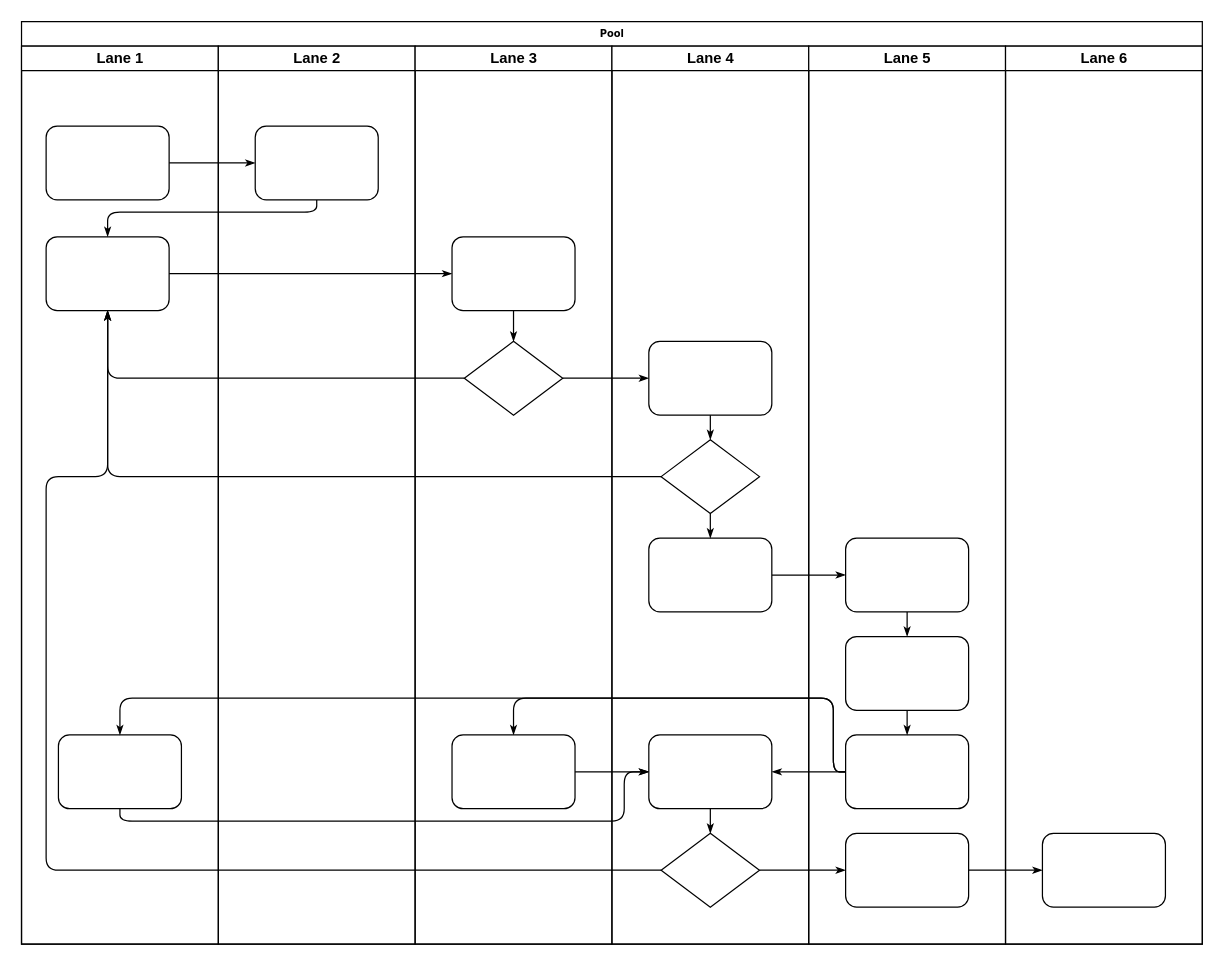
This is Untitled Diagram.drawio from TrevorNodeJS/HelloWorld, a draw.io file, before an edit. Source tidied: cells renumbered, new cells numbered last; positions are measured from the earlier drawing's top-left corner, leaving out a move shared by most shapes. Both pictures are drawn from the tidied source at 123%, with x=0, y=0 at pixel (21, 21).
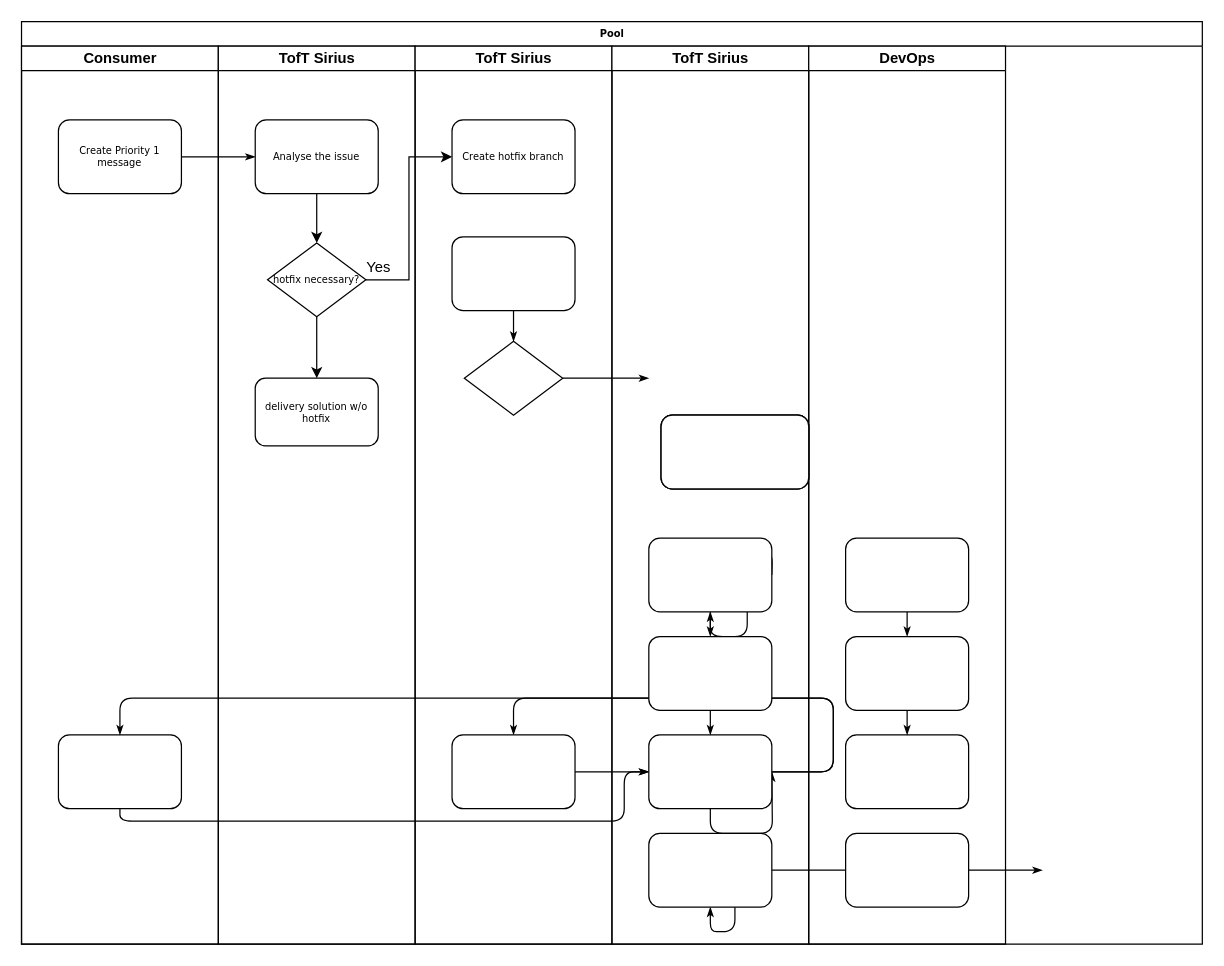
Above is the later version.

Unchanged cells that the change refers to:
```xml
<mxCell id="2" value="Pool" style="swimlane;html=1;startSize=20;rounded=0;shadow=0;labelBackgroundColor=none;strokeWidth=1;fontFamily=Verdana;fontSize=8;align=center;" parent="1" vertex="1">
  <mxGeometry width="960" height="750" as="geometry" />
</mxCell>
<mxCell id="6" style="rounded=1;whiteSpace=wrap;html=1;shadow=0;labelBackgroundColor=none;strokeWidth=1;fontFamily=Verdana;fontSize=8;align=center;" parent="3" vertex="1">
  <mxGeometry x="30" y="560" width="100" height="60" as="geometry" />
</mxCell>
<mxCell id="25" style="rounded=1;whiteSpace=wrap;html=1;shadow=0;labelBackgroundColor=none;strokeWidth=1;fontFamily=Verdana;fontSize=8;align=center;" parent="24" vertex="1">
  <mxGeometry x="30" y="155" width="100" height="60" as="geometry" />
</mxCell>
<mxCell id="26" style="rhombus;whiteSpace=wrap;html=1;rounded=0;shadow=0;labelBackgroundColor=none;strokeWidth=1;fontFamily=Verdana;fontSize=8;align=center;" parent="24" vertex="1">
  <mxGeometry x="40" y="240" width="80" height="60" as="geometry" />
</mxCell>
<mxCell id="27" style="rounded=1;whiteSpace=wrap;html=1;shadow=0;labelBackgroundColor=none;strokeWidth=1;fontFamily=Verdana;fontSize=8;align=center;" parent="24" vertex="1">
  <mxGeometry x="30" y="560" width="100" height="60" as="geometry" />
</mxCell>
<mxCell id="39" style="rounded=1;whiteSpace=wrap;html=1;shadow=0;labelBackgroundColor=none;strokeWidth=1;fontFamily=Verdana;fontSize=8;align=center;" parent="38" vertex="1">
  <mxGeometry x="30" y="400" width="100" height="60" as="geometry" />
</mxCell>
<mxCell id="41" style="rounded=1;whiteSpace=wrap;html=1;shadow=0;labelBackgroundColor=none;strokeWidth=1;fontFamily=Verdana;fontSize=8;align=center;" parent="38" vertex="1">
  <mxGeometry x="30" y="560" width="100" height="60" as="geometry" />
</mxCell>
<mxCell id="42" style="rounded=1;whiteSpace=wrap;html=1;shadow=0;labelBackgroundColor=none;strokeWidth=1;fontFamily=Verdana;fontSize=8;align=center;" parent="38" vertex="1">
  <mxGeometry x="30" y="640" width="100" height="60" as="geometry" />
</mxCell>
```

Change to the diagram source:
```diff
@@
-    <mxCell id="3" value="Lane 1" style="swimlane;html=1;startSize=20;" parent="2" vertex="1">
+    <mxCell id="3" value="Consumer" style="swimlane;html=1;startSize=20;" parent="2" vertex="1">
       <mxGeometry y="20" width="160" height="730" as="geometry" />
     </mxCell>
-    <mxCell id="4" style="rounded=1;whiteSpace=wrap;html=1;shadow=0;labelBackgroundColor=none;strokeWidth=1;fontFamily=Verdana;fontSize=8;align=center;" parent="3" vertex="1">
-      <mxGeometry x="20" y="65" width="100" height="60" as="geometry" />
+    <mxCell id="4" value="Create Priority 1 message" style="rounded=1;whiteSpace=wrap;html=1;shadow=0;labelBackgroundColor=none;strokeWidth=1;fontFamily=Verdana;fontSize=8;align=center;" parent="3" vertex="1">
+      <mxGeometry x="30" y="60" width="100" height="60" as="geometry" />
     </mxCell>
-    <mxCell id="5" style="rounded=1;whiteSpace=wrap;html=1;shadow=0;labelBackgroundColor=none;strokeWidth=1;fontFamily=Verdana;fontSize=8;align=center;" parent="3" vertex="1">
-      <mxGeometry x="20" y="155" width="100" height="60" as="geometry" />
-    </mxCell>
@@
-    <mxCell id="7" style="edgeStyle=orthogonalEdgeStyle;rounded=1;html=1;labelBackgroundColor=none;startArrow=none;startFill=0;startSize=5;endArrow=classicThin;endFill=1;endSize=5;jettySize=auto;strokeWidth=1;fontFamily=Verdana;fontSize=8;" parent="2" edge="1" source="4" target="23">
+    <mxCell id="7" style="edgeStyle=orthogonalEdgeStyle;rounded=1;html=1;labelBackgroundColor=none;startArrow=none;startFill=0;startSize=5;endArrow=classicThin;endFill=1;endSize=5;jettySize=auto;strokeWidth=1;fontFamily=Verdana;fontSize=8;entryX=0;entryY=0.5;entryDx=0;entryDy=0;" parent="2" edge="1" source="4" target="48">
       <mxGeometry relative="1" as="geometry" />
     </mxCell>
-    <mxCell id="8" style="edgeStyle=orthogonalEdgeStyle;rounded=1;html=1;labelBackgroundColor=none;startArrow=none;startFill=0;startSize=5;endArrow=classicThin;endFill=1;endSize=5;jettySize=auto;strokeWidth=1;fontFamily=Verdana;fontSize=8;" parent="2" edge="1" source="23" target="5">
-      <mxGeometry relative="1" as="geometry">
-        <Array as="points">
-          <mxPoint x="240" y="155" />
-          <mxPoint x="70" y="155" />
-        </Array>
-      </mxGeometry>
-    </mxCell>
-    <mxCell id="9" style="edgeStyle=orthogonalEdgeStyle;rounded=1;html=1;labelBackgroundColor=none;startArrow=none;startFill=0;startSize=5;endArrow=classicThin;endFill=1;endSize=5;jettySize=auto;strokeWidth=1;fontFamily=Verdana;fontSize=8;" parent="2" edge="1" source="5" target="25">
-      <mxGeometry relative="1" as="geometry" />
-    </mxCell>
-    <mxCell id="10" style="edgeStyle=orthogonalEdgeStyle;rounded=1;html=1;labelBackgroundColor=none;startArrow=none;startFill=0;startSize=5;endArrow=classicThin;endFill=1;endSize=5;jettySize=auto;strokeWidth=1;fontFamily=Verdana;fontSize=8;" parent="2" edge="1" source="26" target="5">
-      <mxGeometry relative="1" as="geometry" />
-    </mxCell>
-    <mxCell id="11" style="edgeStyle=orthogonalEdgeStyle;rounded=1;html=1;labelBackgroundColor=none;startArrow=none;startFill=0;startSize=5;endArrow=classicThin;endFill=1;endSize=5;jettySize=auto;strokeWidth=1;fontFamily=Verdana;fontSize=8;" parent="2" edge="1" source="31" target="5">
-      <mxGeometry relative="1" as="geometry" />
-    </mxCell>
-    <mxCell id="12" style="edgeStyle=orthogonalEdgeStyle;rounded=1;html=1;labelBackgroundColor=none;startArrow=none;startFill=0;startSize=5;endArrow=classicThin;endFill=1;endSize=5;jettySize=auto;strokeWidth=1;fontFamily=Verdana;fontSize=8;" parent="2" edge="1" source="34" target="5">
-      <mxGeometry relative="1" as="geometry">
-        <Array as="points">
-          <mxPoint x="20" y="690" />
-          <mxPoint x="20" y="370" />
-          <mxPoint x="70" y="370" />
-        </Array>
-      </mxGeometry>
-    </mxCell>
-    <mxCell id="13" style="edgeStyle=orthogonalEdgeStyle;rounded=1;html=1;labelBackgroundColor=none;startArrow=none;startFill=0;startSize=5;endArrow=classicThin;endFill=1;endSize=5;jettySize=auto;strokeWidth=1;fontFamily=Verdana;fontSize=8;" parent="2" edge="1" source="26" target="30">
-      <mxGeometry relative="1" as="geometry" />
+    <mxCell id="13" style="edgeStyle=orthogonalEdgeStyle;rounded=1;html=1;labelBackgroundColor=none;startArrow=none;startFill=0;startSize=5;endArrow=classicThin;endFill=1;endSize=5;jettySize=auto;strokeWidth=1;fontFamily=Verdana;fontSize=8;" parent="2" edge="1" source="26">
+      <mxGeometry relative="1" as="geometry">
+        <mxPoint x="510" y="290" as="targetPoint" />
+      </mxGeometry>
     </mxCell>
-    <mxCell id="14" style="edgeStyle=orthogonalEdgeStyle;rounded=1;html=1;labelBackgroundColor=none;startArrow=none;startFill=0;startSize=5;endArrow=classicThin;endFill=1;endSize=5;jettySize=auto;strokeWidth=1;fontFamily=Verdana;fontSize=8;" parent="2" edge="1" source="34" target="42">
-      <mxGeometry relative="1" as="geometry" />
+    <mxCell id="14" style="edgeStyle=orthogonalEdgeStyle;rounded=1;html=1;labelBackgroundColor=none;startArrow=none;startFill=0;startSize=5;endArrow=classicThin;endFill=1;endSize=5;jettySize=auto;strokeWidth=1;fontFamily=Verdana;fontSize=8;" parent="2" edge="1" target="42">
+      <mxGeometry relative="1" as="geometry">
+        <mxPoint x="600" y="690" as="sourcePoint" />
+      </mxGeometry>
     </mxCell>
-    <mxCell id="15" style="edgeStyle=orthogonalEdgeStyle;rounded=1;html=1;labelBackgroundColor=none;startArrow=none;startFill=0;startSize=5;endArrow=classicThin;endFill=1;endSize=5;jettySize=auto;strokeWidth=1;fontFamily=Verdana;fontSize=8;" parent="2" edge="1" source="42" target="46">
-      <mxGeometry relative="1" as="geometry" />
+    <mxCell id="15" style="edgeStyle=orthogonalEdgeStyle;rounded=1;html=1;labelBackgroundColor=none;startArrow=none;startFill=0;startSize=5;endArrow=classicThin;endFill=1;endSize=5;jettySize=auto;strokeWidth=1;fontFamily=Verdana;fontSize=8;" parent="2" edge="1" source="42">
+      <mxGeometry relative="1" as="geometry">
+        <mxPoint x="830" y="690" as="targetPoint" />
+      </mxGeometry>
     </mxCell>
-    <mxCell id="16" style="edgeStyle=orthogonalEdgeStyle;rounded=1;html=1;labelBackgroundColor=none;startArrow=none;startFill=0;startSize=5;endArrow=classicThin;endFill=1;endSize=5;jettySize=auto;strokeWidth=1;fontFamily=Verdana;fontSize=8;" parent="2" edge="1" source="32" target="39">
-      <mxGeometry relative="1" as="geometry" />
+    <mxCell id="16" style="edgeStyle=orthogonalEdgeStyle;rounded=1;html=1;labelBackgroundColor=none;startArrow=none;startFill=0;startSize=5;endArrow=classicThin;endFill=1;endSize=5;jettySize=auto;strokeWidth=1;fontFamily=Verdana;fontSize=8;" parent="2" edge="1" target="39">
+      <mxGeometry relative="1" as="geometry">
+        <mxPoint x="610" y="450" as="sourcePoint" />
+      </mxGeometry>
     </mxCell>
@@
-    <mxCell id="18" style="edgeStyle=orthogonalEdgeStyle;rounded=1;html=1;labelBackgroundColor=none;startArrow=none;startFill=0;startSize=5;endArrow=classicThin;endFill=1;endSize=5;jettySize=auto;strokeColor=#000000;strokeWidth=1;fontFamily=Verdana;fontSize=8;fontColor=#000000;" parent="2" edge="1" source="41" target="33">
-      <mxGeometry relative="1" as="geometry" />
+    <mxCell id="18" style="edgeStyle=orthogonalEdgeStyle;rounded=1;html=1;labelBackgroundColor=none;startArrow=none;startFill=0;startSize=5;endArrow=classicThin;endFill=1;endSize=5;jettySize=auto;strokeColor=#000000;strokeWidth=1;fontFamily=Verdana;fontSize=8;fontColor=#000000;" parent="2" edge="1" source="41">
+      <mxGeometry relative="1" as="geometry">
+        <mxPoint x="610" y="610" as="targetPoint" />
+      </mxGeometry>
     </mxCell>
@@
-    <mxCell id="20" style="edgeStyle=orthogonalEdgeStyle;rounded=1;html=1;labelBackgroundColor=none;startArrow=none;startFill=0;startSize=5;endArrow=classicThin;endFill=1;endSize=5;jettySize=auto;strokeWidth=1;fontFamily=Verdana;fontSize=8;" parent="2" edge="1" source="6" target="33">
+    <mxCell id="20" style="edgeStyle=orthogonalEdgeStyle;rounded=1;html=1;labelBackgroundColor=none;startArrow=none;startFill=0;startSize=5;endArrow=classicThin;endFill=1;endSize=5;jettySize=auto;strokeWidth=1;fontFamily=Verdana;fontSize=8;" parent="2" edge="1" source="6">
       <mxGeometry relative="1" as="geometry">
+        <mxPoint x="510" y="610" as="targetPoint" />
         <Array as="points">
           <mxPoint x="80" y="650" />
           <mxPoint x="490" y="650" />
           <mxPoint x="490" y="610" />
         </Array>
       </mxGeometry>
     </mxCell>
-    <mxCell id="21" style="edgeStyle=orthogonalEdgeStyle;rounded=1;html=1;labelBackgroundColor=none;startArrow=none;startFill=0;startSize=5;endArrow=classicThin;endFill=1;endSize=5;jettySize=auto;strokeWidth=1;fontFamily=Verdana;fontSize=8;" parent="2" edge="1" source="27" target="33">
-      <mxGeometry relative="1" as="geometry" />
+    <mxCell id="21" style="edgeStyle=orthogonalEdgeStyle;rounded=1;html=1;labelBackgroundColor=none;startArrow=none;startFill=0;startSize=5;endArrow=classicThin;endFill=1;endSize=5;jettySize=auto;strokeWidth=1;fontFamily=Verdana;fontSize=8;" parent="2" edge="1" source="27">
+      <mxGeometry relative="1" as="geometry">
+        <mxPoint x="510" y="610" as="targetPoint" />
+      </mxGeometry>
     </mxCell>
-    <mxCell id="22" value="Lane 2" style="swimlane;html=1;startSize=20;" parent="2" vertex="1">
+    <mxCell id="22" value="TofT Sirius" style="swimlane;html=1;startSize=20;" parent="2" vertex="1">
       <mxGeometry x="160" y="20" width="160" height="730" as="geometry" />
     </mxCell>
-    <mxCell id="23" style="rounded=1;whiteSpace=wrap;html=1;shadow=0;labelBackgroundColor=none;strokeWidth=1;fontFamily=Verdana;fontSize=8;align=center;" parent="22" vertex="1">
-      <mxGeometry x="30" y="65" width="100" height="60" as="geometry" />
-    </mxCell>
+    <mxCell id="5" value="delivery solution w/o hotfix" style="rounded=1;whiteSpace=wrap;html=1;shadow=0;labelBackgroundColor=none;strokeWidth=1;fontFamily=Verdana;fontSize=8;align=center;" parent="22" vertex="1">
+      <mxGeometry x="30" y="270" width="100" height="55" as="geometry" />
+    </mxCell>
+    <mxCell id="47" style="edgeStyle=orthogonalEdgeStyle;rounded=0;jettySize=auto;html=1;exitX=0.5;exitY=1;exitDx=0;exitDy=0;entryX=0.5;entryY=0;entryDx=0;entryDy=0;" parent="22" edge="1" source="48" target="50">
+      <mxGeometry relative="1" as="geometry" />
+    </mxCell>
+    <mxCell id="48" value="Analyse the issue" style="rounded=1;whiteSpace=wrap;html=1;shadow=0;labelBackgroundColor=none;strokeWidth=1;fontFamily=Verdana;fontSize=8;align=center;" parent="22" vertex="1">
+      <mxGeometry x="30" y="60" width="100" height="60" as="geometry" />
+    </mxCell>
+    <mxCell id="49" style="edgeStyle=orthogonalEdgeStyle;rounded=0;jettySize=auto;html=1;exitX=0.5;exitY=1;exitDx=0;exitDy=0;entryX=0.5;entryY=0;entryDx=0;entryDy=0;" parent="22" edge="1" source="50" target="5">
+      <mxGeometry relative="1" as="geometry" />
+    </mxCell>
+    <mxCell id="50" value="hotfix necessary?" style="rhombus;whiteSpace=wrap;html=1;rounded=0;shadow=0;labelBackgroundColor=none;strokeWidth=1;fontFamily=Verdana;fontSize=8;align=center;" parent="22" vertex="1">
+      <mxGeometry x="40" y="160" width="80" height="60" as="geometry" />
+    </mxCell>
+    <mxCell id="51" value="Yes" style="text;html=1;align=center;verticalAlign=middle;fillColor=none;strokeColor=none;rounded=0;" parent="22" vertex="1">
+      <mxGeometry x="110" y="170" width="40" height="20" as="geometry" />
+    </mxCell>
-    <mxCell id="24" value="Lane 3" style="swimlane;html=1;startSize=20;" parent="2" vertex="1">
+    <mxCell id="24" value="TofT Sirius" style="swimlane;html=1;startSize=20;" parent="2" vertex="1">
       <mxGeometry x="320" y="20" width="160" height="730" as="geometry" />
     </mxCell>
@@
-    <mxCell id="29" value="Lane 4" style="swimlane;html=1;startSize=20;" parent="2" vertex="1">
-      <mxGeometry x="480" y="20" width="160" height="730" as="geometry" />
-    </mxCell>
-    <mxCell id="30" style="rounded=1;whiteSpace=wrap;html=1;shadow=0;labelBackgroundColor=none;strokeWidth=1;fontFamily=Verdana;fontSize=8;align=center;" parent="29" vertex="1">
-      <mxGeometry x="30" y="240" width="100" height="60" as="geometry" />
-    </mxCell>
-    <mxCell id="31" style="rhombus;whiteSpace=wrap;html=1;rounded=0;shadow=0;labelBackgroundColor=none;strokeWidth=1;fontFamily=Verdana;fontSize=8;align=center;" parent="29" vertex="1">
-      <mxGeometry x="40" y="320" width="80" height="60" as="geometry" />
-    </mxCell>
-    <mxCell id="32" style="rounded=1;whiteSpace=wrap;html=1;shadow=0;labelBackgroundColor=none;strokeWidth=1;fontFamily=Verdana;fontSize=8;align=center;" parent="29" vertex="1">
-      <mxGeometry x="30" y="400" width="100" height="60" as="geometry" />
-    </mxCell>
-    <mxCell id="33" style="rounded=1;whiteSpace=wrap;html=1;shadow=0;labelBackgroundColor=none;strokeWidth=1;fontFamily=Verdana;fontSize=8;align=center;" parent="29" vertex="1">
-      <mxGeometry x="30" y="560" width="100" height="60" as="geometry" />
-    </mxCell>
-    <mxCell id="34" style="rhombus;whiteSpace=wrap;html=1;rounded=0;shadow=0;labelBackgroundColor=none;strokeWidth=1;fontFamily=Verdana;fontSize=8;align=center;" parent="29" vertex="1">
-      <mxGeometry x="40" y="640" width="80" height="60" as="geometry" />
-    </mxCell>
-    <mxCell id="35" style="edgeStyle=orthogonalEdgeStyle;rounded=1;html=1;labelBackgroundColor=none;startArrow=none;startFill=0;startSize=5;endArrow=classicThin;endFill=1;endSize=5;jettySize=auto;strokeColor=#000000;strokeWidth=1;fontFamily=Verdana;fontSize=8;fontColor=#000000;" parent="29" edge="1" source="30" target="31">
-      <mxGeometry relative="1" as="geometry" />
-    </mxCell>
-    <mxCell id="36" style="edgeStyle=orthogonalEdgeStyle;rounded=1;html=1;labelBackgroundColor=none;startArrow=none;startFill=0;startSize=5;endArrow=classicThin;endFill=1;endSize=5;jettySize=auto;strokeWidth=1;fontFamily=Verdana;fontSize=8;" parent="29" edge="1" source="31" target="32">
-      <mxGeometry relative="1" as="geometry" />
-    </mxCell>
-    <mxCell id="37" style="edgeStyle=orthogonalEdgeStyle;rounded=1;html=1;labelBackgroundColor=none;startArrow=none;startFill=0;startSize=5;endArrow=classicThin;endFill=1;endSize=5;jettySize=auto;strokeWidth=1;fontFamily=Verdana;fontSize=8;" parent="29" edge="1" source="33" target="34">
-      <mxGeometry relative="1" as="geometry" />
-    </mxCell>
+    <mxCell id="23" value="Create hotfix branch" style="rounded=1;whiteSpace=wrap;html=1;shadow=0;labelBackgroundColor=none;strokeWidth=1;fontFamily=Verdana;fontSize=8;align=center;" parent="24" vertex="1">
+      <mxGeometry x="30" y="60" width="100" height="60" as="geometry" />
+    </mxCell>
+    <mxCell id="52" style="edgeStyle=orthogonalEdgeStyle;rounded=0;jettySize=auto;html=1;exitX=1;exitY=0.5;exitDx=0;exitDy=0;entryX=0;entryY=0.5;entryDx=0;entryDy=0;" parent="2" edge="1" source="50" target="23">
+      <mxGeometry relative="1" as="geometry" />
+    </mxCell>
-    <mxCell id="38" value="Lane 5" style="swimlane;html=1;startSize=20;" parent="2" vertex="1">
-      <mxGeometry x="640" y="20" width="160" height="730" as="geometry" />
+    <mxCell id="38" value="TofT Sirius" style="swimlane;html=1;startSize=20;" parent="2" vertex="1">
+      <mxGeometry x="480" y="20" width="160" height="730" as="geometry" />
     </mxCell>
@@
-    <mxCell id="45" value="Lane 6" style="swimlane;html=1;startSize=20;" parent="2" vertex="1">
-      <mxGeometry x="800" y="20" width="160" height="730" as="geometry" />
-    </mxCell>
+    <mxCell id="53" value="DevOps" style="swimlane;html=1;startSize=20;" parent="2" vertex="1">
+      <mxGeometry x="640" y="20" width="160" height="730" as="geometry" />
+    </mxCell>
+    <mxCell id="32" style="rounded=1;whiteSpace=wrap;html=1;shadow=0;labelBackgroundColor=none;strokeWidth=1;fontFamily=Verdana;fontSize=8;align=center;" parent="53" vertex="1">
+      <mxGeometry x="30" y="400" width="100" height="60" as="geometry" />
+    </mxCell>
+    <mxCell id="54" style="rounded=1;whiteSpace=wrap;html=1;shadow=0;labelBackgroundColor=none;strokeWidth=1;fontFamily=Verdana;fontSize=8;align=center;" parent="53" vertex="1">
+      <mxGeometry x="30" y="480" width="100" height="60" as="geometry" />
+    </mxCell>
+    <mxCell id="33" style="rounded=1;whiteSpace=wrap;html=1;shadow=0;labelBackgroundColor=none;strokeWidth=1;fontFamily=Verdana;fontSize=8;align=center;" parent="53" vertex="1">
+      <mxGeometry x="30" y="560" width="100" height="60" as="geometry" />
+    </mxCell>
-    <mxCell id="46" style="rounded=1;whiteSpace=wrap;html=1;shadow=0;labelBackgroundColor=none;strokeWidth=1;fontFamily=Verdana;fontSize=8;align=center;" parent="45" vertex="1">
+    <mxCell id="46" style="rounded=1;whiteSpace=wrap;html=1;shadow=0;labelBackgroundColor=none;strokeWidth=1;fontFamily=Verdana;fontSize=8;align=center;" parent="53" vertex="1">
       <mxGeometry x="30" y="640" width="100" height="60" as="geometry" />
     </mxCell>
+    <mxCell id="55" style="edgeStyle=orthogonalEdgeStyle;rounded=1;html=1;labelBackgroundColor=none;startArrow=none;startFill=0;startSize=5;endArrow=classicThin;endFill=1;endSize=5;jettySize=auto;strokeWidth=1;fontFamily=Verdana;fontSize=8;" parent="53" edge="1" source="32" target="54">
+      <mxGeometry relative="1" as="geometry" />
+    </mxCell>
+    <mxCell id="56" style="edgeStyle=orthogonalEdgeStyle;rounded=1;html=1;labelBackgroundColor=none;startArrow=none;startFill=0;startSize=5;endArrow=classicThin;endFill=1;endSize=5;jettySize=auto;strokeWidth=1;fontFamily=Verdana;fontSize=8;" parent="53" edge="1" source="54" target="33">
+      <mxGeometry relative="1" as="geometry" />
+    </mxCell>
+    <mxCell id="57" style="rounded=1;whiteSpace=wrap;html=1;" parent="1" vertex="1">
+      <mxGeometry x="520" y="320" width="120" height="60" as="geometry" />
+    </mxCell>
+    <mxCell id="58" style="rounded=1;whiteSpace=wrap;html=1;" parent="1" vertex="1">
+      <mxGeometry x="520" y="320" width="120" height="60" as="geometry" />
+    </mxCell>
+    <mxCell id="59" style="rounded=1;whiteSpace=wrap;html=1;" parent="1" vertex="1">
+      <mxGeometry x="520" y="320" width="120" height="60" as="geometry" />
+    </mxCell>
```
